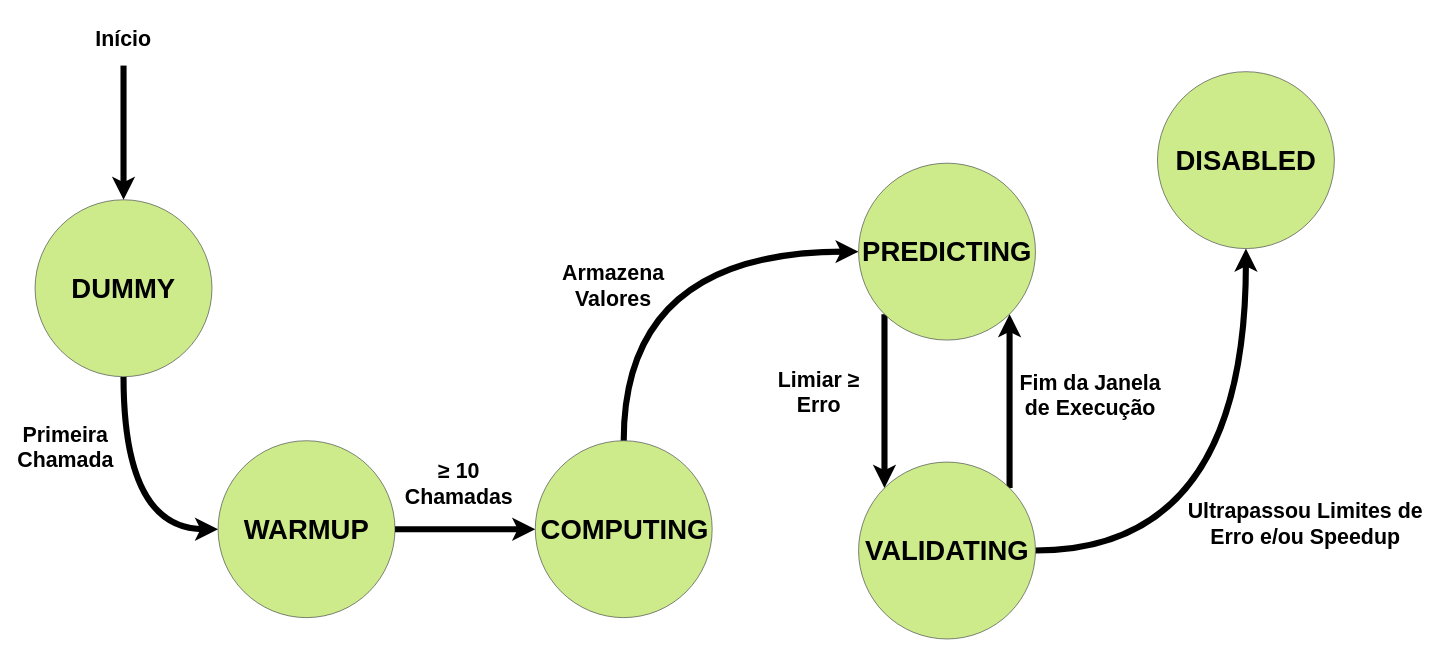
Above: diagramas/memo.drawio in Victor-Briganti/TCC (draw.io), before the change. Source tidied: cells renumbered, new cells numbered last; positions are measured from the earlier drawing's top-left corner, leaving out a move shared by most shapes. Both pictures are drawn from the tidied source at 61%, with x=0, y=0 at pixel (10, 10).
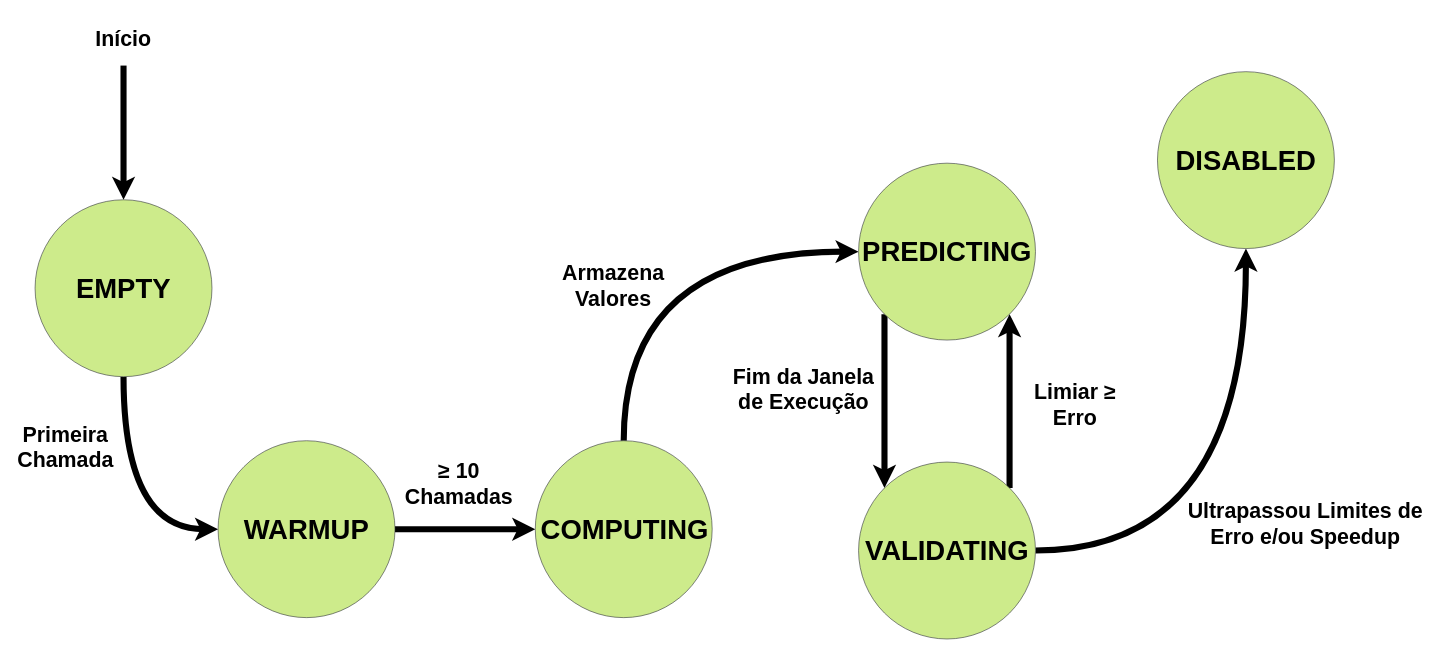
The same page after the edit.

What changed in the source:
```diff
@@
-    <mxCell id="3" value="&lt;b&gt;&lt;font style=&quot;font-size: 45px;&quot;&gt;DUMMY&lt;/font&gt;&lt;/b&gt;" style="ellipse;whiteSpace=wrap;html=1;fillColor=#cdeb8b;strokeColor=#36393d;" parent="1" vertex="1">
+    <mxCell id="3" value="&lt;b&gt;&lt;font style=&quot;font-size: 45px;&quot;&gt;EMPTY&lt;/font&gt;&lt;/b&gt;" style="ellipse;whiteSpace=wrap;html=1;fillColor=#cdeb8b;strokeColor=#36393d;" parent="1" vertex="1">
       <mxGeometry x="40" y="310" width="290" height="290" as="geometry" />
     </mxCell>
@@
     <mxCell id="17" value="&lt;font&gt;Limiar ≥ Erro&lt;/font&gt;" style="text;html=1;whiteSpace=wrap;strokeColor=none;fillColor=none;align=center;verticalAlign=middle;rounded=0;fontSize=35;fontStyle=1;" parent="1" vertex="1">
-      <mxGeometry x="1220" y="580" width="210" height="90" as="geometry" />
+      <mxGeometry x="1640" y="600" width="210" height="90" as="geometry" />
     </mxCell>
     <mxCell id="18" value="&lt;span&gt;Fim da Janela de Execução&lt;/span&gt;" style="text;html=1;whiteSpace=wrap;strokeColor=none;fillColor=none;align=center;verticalAlign=middle;rounded=0;fontSize=35;fontStyle=1;" parent="1" vertex="1">
-      <mxGeometry x="1650" y="590" width="240" height="80" as="geometry" />
+      <mxGeometry x="1180" y="580" width="240" height="80" as="geometry" />
     </mxCell>
```
